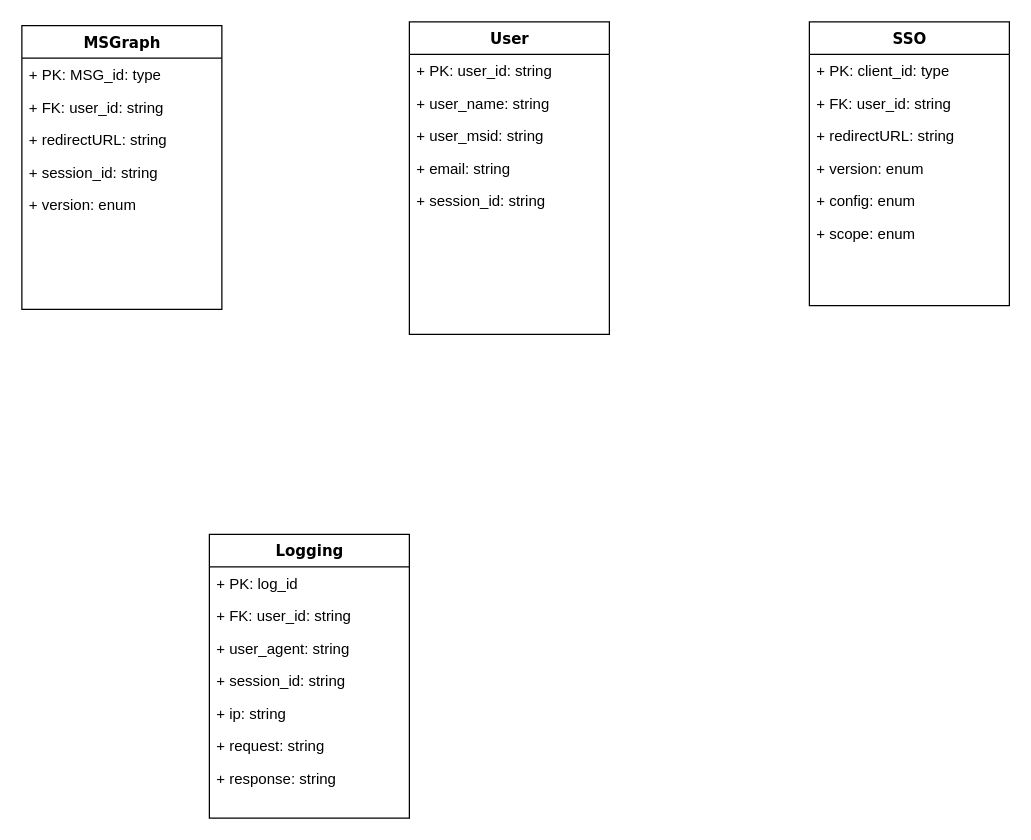
This is Untitled Diagram.drawio from Internee-at-Contemi-VietNam/booking-client-app, a draw.io file, before an edit. Source tidied: cells renumbered, new cells numbered last; positions are measured from the earlier drawing's top-left corner, leaving out a move shared by most shapes. Both pictures are drawn from the tidied source at 125%, with x=0, y=0 at pixel (21, 21).
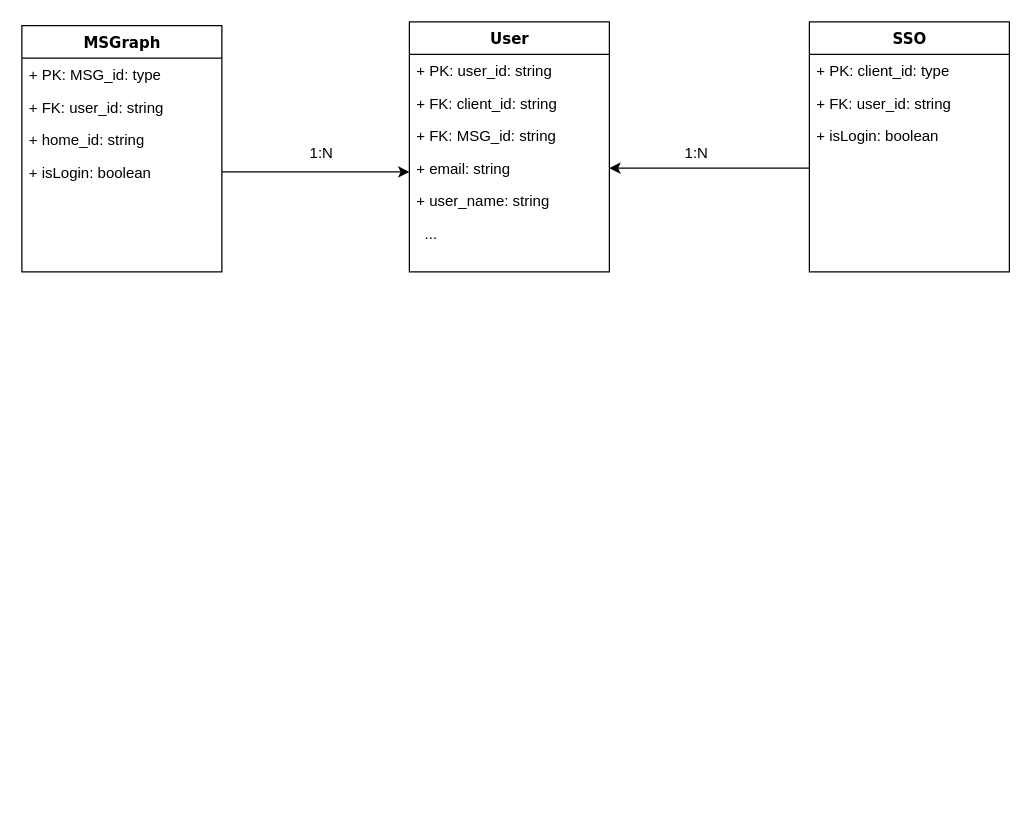
The same page after the edit.

The change refers to these unchanged cells:
```xml
<mxCell id="12" value="+ email: string" style="text;html=1;strokeColor=none;fillColor=none;align=left;verticalAlign=top;spacingLeft=4;spacingRight=4;whiteSpace=wrap;overflow=hidden;points=[[0,0.5],[1,0.5]];portConstraint=eastwest;" parent="8" vertex="1">
  <mxGeometry y="104" width="160" height="26" as="geometry" />
</mxCell>
```

Change to the diagram source:
```diff
@@
     <mxCell id="2" value="MSGraph" style="swimlane;html=1;fontStyle=1;align=center;verticalAlign=top;horizontal=1;startSize=26;swimlaneFillColor=#ffffff;rounded=0;shadow=0;comic=0;labelBackgroundColor=none;strokeWidth=1;fillColor=none;fontFamily=Verdana;fontSize=12;" parent="1" vertex="1">
-      <mxGeometry y="3" width="160" height="227" as="geometry" />
+      <mxGeometry y="3" width="160" height="197" as="geometry" />
     </mxCell>
@@
-    <mxCell id="5" value="+ redirectURL: string&amp;nbsp;" style="text;html=1;strokeColor=none;fillColor=none;align=left;verticalAlign=top;spacingLeft=4;spacingRight=4;whiteSpace=wrap;overflow=hidden;" parent="2" vertex="1">
-      <mxGeometry y="78" width="160" height="26" as="geometry" />
-    </mxCell>
-    <mxCell id="6" value="+ session_id: string" style="text;html=1;strokeColor=none;fillColor=none;align=left;verticalAlign=top;spacingLeft=4;spacingRight=4;whiteSpace=wrap;overflow=hidden;" parent="2" vertex="1">
-      <mxGeometry y="104" width="160" height="26" as="geometry" />
-    </mxCell>
-    <mxCell id="7" value="+ version: enum" style="text;html=1;strokeColor=none;fillColor=none;align=left;verticalAlign=top;spacingLeft=4;spacingRight=4;whiteSpace=wrap;overflow=hidden;" parent="2" vertex="1">
-      <mxGeometry y="130" width="160" height="26" as="geometry" />
-    </mxCell>
+    <mxCell id="29" value="+ home_id: string" style="text;html=1;strokeColor=none;fillColor=none;align=left;verticalAlign=top;spacingLeft=4;spacingRight=4;whiteSpace=wrap;overflow=hidden;" parent="2" vertex="1">
+      <mxGeometry y="78" width="160" height="26" as="geometry" />
+    </mxCell>
+    <mxCell id="30" value="+ isLogin: boolean" style="text;html=1;strokeColor=none;fillColor=none;align=left;verticalAlign=top;spacingLeft=4;spacingRight=4;whiteSpace=wrap;overflow=hidden;" parent="2" vertex="1">
+      <mxGeometry y="104" width="160" height="26" as="geometry" />
+    </mxCell>
     <mxCell id="8" value="User" style="swimlane;html=1;fontStyle=1;align=center;verticalAlign=top;horizontal=1;startSize=26;swimlaneFillColor=#ffffff;rounded=0;shadow=0;comic=0;labelBackgroundColor=none;strokeWidth=1;fillColor=none;fontFamily=Verdana;fontSize=12;" parent="1" vertex="1">
-      <mxGeometry x="310" width="160" height="250" as="geometry" />
+      <mxGeometry x="310" width="160" height="200" as="geometry" />
     </mxCell>
@@
-    <mxCell id="10" value="+ user_name: string" style="text;html=1;strokeColor=none;fillColor=none;align=left;verticalAlign=top;spacingLeft=4;spacingRight=4;whiteSpace=wrap;overflow=hidden;" parent="8" vertex="1">
+    <mxCell id="10" value="+ FK: client_id: string" style="text;html=1;strokeColor=none;fillColor=none;align=left;verticalAlign=top;spacingLeft=4;spacingRight=4;whiteSpace=wrap;overflow=hidden;" parent="8" vertex="1">
       <mxGeometry y="52" width="160" height="26" as="geometry" />
     </mxCell>
-    <mxCell id="11" value="+ user_msid: string" style="text;html=1;strokeColor=none;fillColor=none;align=left;verticalAlign=top;spacingLeft=4;spacingRight=4;whiteSpace=wrap;overflow=hidden;" parent="8" vertex="1">
-      <mxGeometry y="78" width="160" height="26" as="geometry" />
-    </mxCell>
+    <mxCell id="31" value="+ FK: MSG_id: string" style="text;html=1;strokeColor=none;fillColor=none;align=left;verticalAlign=top;spacingLeft=4;spacingRight=4;whiteSpace=wrap;overflow=hidden;" parent="8" vertex="1">
+      <mxGeometry y="78" width="160" height="26" as="geometry" />
+    </mxCell>
@@
-    <mxCell id="13" value="+ session_id: string" style="text;html=1;strokeColor=none;fillColor=none;align=left;verticalAlign=top;spacingLeft=4;spacingRight=4;whiteSpace=wrap;overflow=hidden;" parent="8" vertex="1">
-      <mxGeometry y="130" width="160" height="26" as="geometry" />
-    </mxCell>
-    <mxCell id="14" value="Logging" style="swimlane;html=1;fontStyle=1;align=center;verticalAlign=top;horizontal=1;startSize=26;swimlaneFillColor=#ffffff;rounded=0;shadow=0;comic=0;labelBackgroundColor=none;strokeWidth=1;fillColor=none;fontFamily=Verdana;fontSize=12;" parent="1" vertex="1">
-      <mxGeometry x="150" y="410" width="160" height="227" as="geometry" />
-    </mxCell>
-    <mxCell id="15" value="+ PK: log_id&amp;nbsp;" style="text;html=1;strokeColor=none;fillColor=none;align=left;verticalAlign=top;spacingLeft=4;spacingRight=4;whiteSpace=wrap;overflow=hidden;" parent="14" vertex="1">
-      <mxGeometry y="26" width="160" height="26" as="geometry" />
-    </mxCell>
-    <mxCell id="16" value="+ FK: user_id: string" style="text;html=1;strokeColor=none;fillColor=none;align=left;verticalAlign=top;spacingLeft=4;spacingRight=4;whiteSpace=wrap;overflow=hidden;" parent="14" vertex="1">
-      <mxGeometry y="52" width="160" height="26" as="geometry" />
-    </mxCell>
-    <mxCell id="17" value="+ user_agent: string&amp;nbsp;" style="text;html=1;strokeColor=none;fillColor=none;align=left;verticalAlign=top;spacingLeft=4;spacingRight=4;whiteSpace=wrap;overflow=hidden;" parent="14" vertex="1">
-      <mxGeometry y="78" width="160" height="26" as="geometry" />
-    </mxCell>
-    <mxCell id="18" value="+ session_id: string" style="text;html=1;strokeColor=none;fillColor=none;align=left;verticalAlign=top;spacingLeft=4;spacingRight=4;whiteSpace=wrap;overflow=hidden;" parent="14" vertex="1">
-      <mxGeometry y="104" width="160" height="26" as="geometry" />
-    </mxCell>
-    <mxCell id="19" value="+ ip: string&lt;br&gt;" style="text;html=1;strokeColor=none;fillColor=none;align=left;verticalAlign=top;spacingLeft=4;spacingRight=4;whiteSpace=wrap;overflow=hidden;" parent="14" vertex="1">
-      <mxGeometry y="130" width="160" height="26" as="geometry" />
-    </mxCell>
-    <mxCell id="20" value="+ request: string" style="text;html=1;strokeColor=none;fillColor=none;align=left;verticalAlign=top;spacingLeft=4;spacingRight=4;whiteSpace=wrap;overflow=hidden;" parent="14" vertex="1">
-      <mxGeometry y="156" width="160" height="26" as="geometry" />
-    </mxCell>
-    <mxCell id="21" value="+ response: string" style="text;html=1;strokeColor=none;fillColor=none;align=left;verticalAlign=top;spacingLeft=4;spacingRight=4;whiteSpace=wrap;overflow=hidden;" parent="14" vertex="1">
-      <mxGeometry y="182" width="160" height="26" as="geometry" />
-    </mxCell>
+    <mxCell id="32" value="+ user_name: string" style="text;html=1;strokeColor=none;fillColor=none;align=left;verticalAlign=top;spacingLeft=4;spacingRight=4;whiteSpace=wrap;overflow=hidden;" parent="8" vertex="1">
+      <mxGeometry y="130" width="160" height="26" as="geometry" />
+    </mxCell>
+    <mxCell id="33" value="&lt;span style=&quot;white-space: pre&quot;&gt; &lt;/span&gt;&lt;span style=&quot;white-space: pre&quot;&gt; &lt;/span&gt;..." style="text;html=1;strokeColor=none;fillColor=none;align=left;verticalAlign=top;spacingLeft=4;spacingRight=4;whiteSpace=wrap;overflow=hidden;" parent="8" vertex="1">
+      <mxGeometry y="156" width="160" height="26" as="geometry" />
+    </mxCell>
     <mxCell id="22" value="SSO" style="swimlane;html=1;fontStyle=1;align=center;verticalAlign=top;horizontal=1;startSize=26;swimlaneFillColor=#ffffff;rounded=0;shadow=0;comic=0;labelBackgroundColor=none;strokeWidth=1;fillColor=none;fontFamily=Verdana;fontSize=12;" parent="1" vertex="1">
-      <mxGeometry x="630" width="160" height="227" as="geometry" />
+      <mxGeometry x="630" width="160" height="200" as="geometry" />
     </mxCell>
@@
-    <mxCell id="25" value="+ redirectURL: string&amp;nbsp;" style="text;html=1;strokeColor=none;fillColor=none;align=left;verticalAlign=top;spacingLeft=4;spacingRight=4;whiteSpace=wrap;overflow=hidden;" parent="22" vertex="1">
-      <mxGeometry y="78" width="160" height="26" as="geometry" />
-    </mxCell>
-    <mxCell id="26" value="+ version: enum" style="text;html=1;strokeColor=none;fillColor=none;align=left;verticalAlign=top;spacingLeft=4;spacingRight=4;whiteSpace=wrap;overflow=hidden;" parent="22" vertex="1">
-      <mxGeometry y="104" width="160" height="26" as="geometry" />
-    </mxCell>
-    <mxCell id="27" value="+ config: enum" style="text;html=1;strokeColor=none;fillColor=none;align=left;verticalAlign=top;spacingLeft=4;spacingRight=4;whiteSpace=wrap;overflow=hidden;" parent="22" vertex="1">
-      <mxGeometry y="130" width="160" height="26" as="geometry" />
-    </mxCell>
-    <mxCell id="28" value="+ scope: enum" style="text;html=1;strokeColor=none;fillColor=none;align=left;verticalAlign=top;spacingLeft=4;spacingRight=4;whiteSpace=wrap;overflow=hidden;" parent="22" vertex="1">
-      <mxGeometry y="156" width="160" height="26" as="geometry" />
-    </mxCell>
+    <mxCell id="34" value="+ isLogin: boolean" style="text;html=1;strokeColor=none;fillColor=none;align=left;verticalAlign=top;spacingLeft=4;spacingRight=4;whiteSpace=wrap;overflow=hidden;" parent="22" vertex="1">
+      <mxGeometry y="78" width="160" height="26" as="geometry" />
+    </mxCell>
+    <mxCell id="35" style="endArrow=classic;html=1;rounded=0;exitX=1;exitY=0.5;exitDx=0;exitDy=0;" parent="1" edge="1">
+      <mxGeometry relative="1" as="geometry">
+        <mxPoint x="160" y="120" as="sourcePoint" />
+        <mxPoint x="310" y="120" as="targetPoint" />
+      </mxGeometry>
+    </mxCell>
+    <mxCell id="36" style="endArrow=classic;html=1;rounded=0;entryX=1;entryY=0.5;entryDx=0;entryDy=0;" parent="1" edge="1" target="12">
+      <mxGeometry relative="1" as="geometry">
+        <mxPoint x="630" y="117" as="sourcePoint" />
+      </mxGeometry>
+    </mxCell>
+    <mxCell id="37" value="1:N" style="text;html=1;strokeColor=none;fillColor=none;align=center;verticalAlign=middle;whiteSpace=wrap;rounded=0;" parent="1" vertex="1">
+      <mxGeometry x="210" y="90" width="60" height="30" as="geometry" />
+    </mxCell>
+    <mxCell id="38" value="1:N" style="text;html=1;strokeColor=none;fillColor=none;align=center;verticalAlign=middle;whiteSpace=wrap;rounded=0;" parent="1" vertex="1">
+      <mxGeometry x="510" y="90" width="60" height="30" as="geometry" />
+    </mxCell>
```
